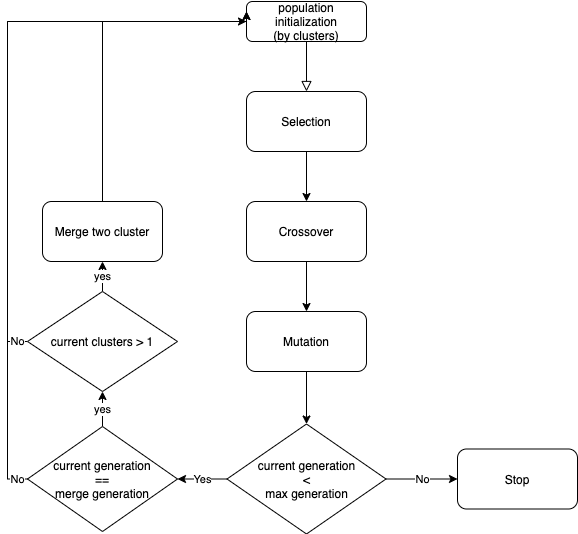
This is tsp/images/overall algorithm block diagram.png from SeongwoongCho/cs454-tsp-ga, a draw.io export, as it was before one commit. Source tidied: cells renumbered, new cells last; positions are measured from the earlier drawing's top-left corner, leaving out a move shared by most shapes.
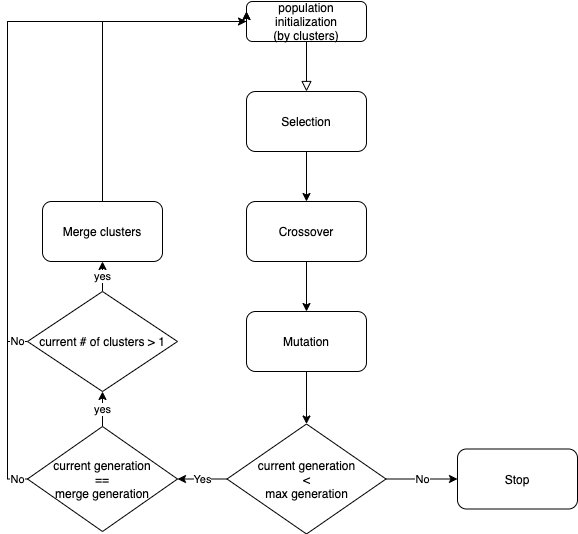
After the change.

What changed in the source:
```diff
@@ -63,7 +63,7 @@
         </Array>
       </mxGeometry>
     </mxCell>
-    <mxCell id="18" value="Merge two cluster" style="rounded=1;whiteSpace=wrap;html=1;" parent="1" vertex="1">
+    <mxCell id="18" value="Merge clusters" style="rounded=1;whiteSpace=wrap;html=1;" parent="1" vertex="1">
       <mxGeometry x="35" y="200" width="120" height="60" as="geometry" />
     </mxCell>
     <mxCell id="19" value="yes" style="edgeStyle=orthogonalEdgeStyle;rounded=0;jettySize=auto;html=1;" parent="1" edge="1" source="21" target="18">
@@ -77,7 +77,7 @@
         </Array>
       </mxGeometry>
     </mxCell>
-    <mxCell id="21" value="current clusters &amp;gt; 1" style="rhombus;whiteSpace=wrap;html=1;" parent="1" vertex="1">
+    <mxCell id="21" value="current # of clusters &amp;gt; 1" style="rhombus;whiteSpace=wrap;html=1;" parent="1" vertex="1">
       <mxGeometry x="20" y="290" width="150" height="100" as="geometry" />
     </mxCell>
   </root>
```
